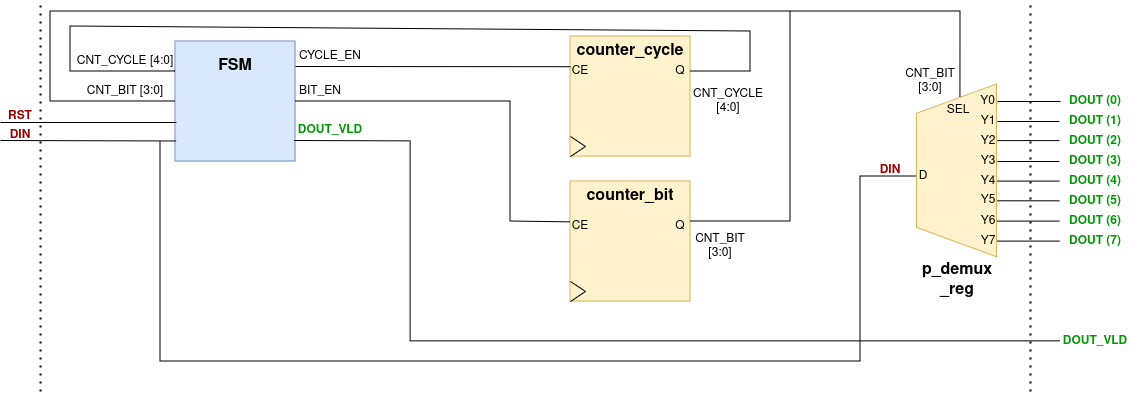
The draw.io diagram INC - Digital Systems Design/assets/uart.png in lasjdhu/university-projects, before a commit. Source tidied: cells renumbered, new cells last; positions are measured from the earlier drawing's top-left corner, leaving out a move shared by most shapes. Source of this version:
```xml
<mxGraphModel>
  <root>
    <mxCell id="0" />
    <mxCell id="1" parent="0" />
    <mxCell id="2" style="whiteSpace=wrap;html=1;fillColor=#dae8fc;strokeColor=#6c8ebf;" parent="1" vertex="1">
      <mxGeometry x="175" y="40" width="120" height="120" as="geometry" />
    </mxCell>
    <mxCell id="3" value="&lt;font style=&quot;font-size: 16px;&quot;&gt;&lt;b&gt;FSM&lt;/b&gt;&lt;/font&gt;" style="text;html=1;align=center;verticalAlign=middle;whiteSpace=wrap;rounded=0;" parent="1" vertex="1">
      <mxGeometry x="205" y="50" width="60" height="30" as="geometry" />
    </mxCell>
    <mxCell id="4" value="CYCLE_EN" style="text;html=1;align=center;verticalAlign=middle;whiteSpace=wrap;rounded=0;" parent="1" vertex="1">
      <mxGeometry x="295" y="45" width="70" height="20" as="geometry" />
    </mxCell>
    <mxCell id="5" value="BIT_EN" style="text;html=1;align=center;verticalAlign=middle;whiteSpace=wrap;rounded=0;" parent="1" vertex="1">
      <mxGeometry x="295" y="80" width="50" height="20" as="geometry" />
    </mxCell>
    <mxCell id="6" value="&lt;font color=&quot;#009900&quot;&gt;DOUT_VLD&lt;/font&gt;" style="text;html=1;align=center;verticalAlign=middle;whiteSpace=wrap;rounded=0;fontStyle=1;" parent="1" vertex="1">
      <mxGeometry x="295" y="119.2" width="70" height="20" as="geometry" />
    </mxCell>
    <mxCell id="7" style="endArrow=none;html=1;rounded=0;entryX=0.008;entryY=0.675;entryDx=0;entryDy=0;entryPerimeter=0;" parent="1" edge="1" target="2">
      <mxGeometry relative="1" as="geometry">
        <mxPoint y="121" as="sourcePoint" />
      </mxGeometry>
    </mxCell>
    <mxCell id="8" value="&lt;font color=&quot;#990000&quot;&gt;DIN&lt;/font&gt;" style="text;html=1;align=center;verticalAlign=middle;whiteSpace=wrap;rounded=0;fontStyle=1;" parent="1" vertex="1">
      <mxGeometry y="129.2" width="40" height="10" as="geometry" />
    </mxCell>
    <mxCell id="9" style="endArrow=none;html=1;rounded=0;entryX=0;entryY=0.5;entryDx=0;entryDy=0;" parent="1" edge="1" target="13">
      <mxGeometry relative="1" as="geometry">
        <mxPoint x="160" y="140" as="sourcePoint" />
        <Array as="points">
          <mxPoint x="160" y="360" />
          <mxPoint x="860" y="360" />
          <mxPoint x="860" y="175" />
        </Array>
      </mxGeometry>
    </mxCell>
    <mxCell id="10" style="shape=trapezoid;perimeter=trapezoidPerimeter;whiteSpace=wrap;html=1;fixedSize=1;rotation=-90;size=29.36999999999989;fillColor=#fff2cc;strokeColor=#d6b656;" parent="1" vertex="1">
      <mxGeometry x="870" y="129.2" width="172.8" height="80" as="geometry" />
    </mxCell>
    <mxCell id="11" value="&lt;div&gt;&lt;font size=&quot;1&quot;&gt;&lt;b style=&quot;font-size: 16px;&quot;&gt;p_demux&lt;/b&gt;&lt;/font&gt;&lt;/div&gt;&lt;div&gt;&lt;font size=&quot;1&quot;&gt;&lt;b style=&quot;font-size: 16px;&quot;&gt;_reg&lt;/b&gt;&lt;/font&gt;&lt;/div&gt;" style="text;html=1;align=center;verticalAlign=middle;whiteSpace=wrap;rounded=0;" parent="1" vertex="1">
      <mxGeometry x="917.6" y="264.4" width="77.5" height="30" as="geometry" />
    </mxCell>
    <mxCell id="12" value="Y0" style="text;html=1;align=center;verticalAlign=middle;whiteSpace=wrap;rounded=0;" parent="1" vertex="1">
      <mxGeometry x="977.9" y="95.3" width="19" height="9.4" as="geometry" />
    </mxCell>
    <mxCell id="13" value="D" style="text;html=1;align=center;verticalAlign=middle;whiteSpace=wrap;rounded=0;" parent="1" vertex="1">
      <mxGeometry x="918.2" y="160" width="10" height="30" as="geometry" />
    </mxCell>
    <mxCell id="14" value="SEL" style="text;html=1;align=center;verticalAlign=middle;whiteSpace=wrap;rounded=0;" parent="1" vertex="1">
      <mxGeometry x="942.9" y="94.4" width="30" height="30" as="geometry" />
    </mxCell>
    <mxCell id="15" value="Y1" style="text;html=1;align=center;verticalAlign=middle;whiteSpace=wrap;rounded=0;" parent="1" vertex="1">
      <mxGeometry x="977.9" y="115.6" width="20" height="9.4" as="geometry" />
    </mxCell>
    <mxCell id="16" value="Y2" style="text;html=1;align=center;verticalAlign=middle;whiteSpace=wrap;rounded=0;" parent="1" vertex="1">
      <mxGeometry x="977.9" y="135.3" width="20" height="9.4" as="geometry" />
    </mxCell>
    <mxCell id="17" value="Y3" style="text;html=1;align=center;verticalAlign=middle;whiteSpace=wrap;rounded=0;" parent="1" vertex="1">
      <mxGeometry x="977.9" y="155" width="20" height="9.4" as="geometry" />
    </mxCell>
    <mxCell id="18" value="Y4" style="text;html=1;align=center;verticalAlign=middle;whiteSpace=wrap;rounded=0;" parent="1" vertex="1">
      <mxGeometry x="977.9" y="175" width="20" height="9.4" as="geometry" />
    </mxCell>
    <mxCell id="19" value="Y5" style="text;html=1;align=center;verticalAlign=middle;whiteSpace=wrap;rounded=0;" parent="1" vertex="1">
      <mxGeometry x="977.9" y="194.7" width="20" height="9.4" as="geometry" />
    </mxCell>
    <mxCell id="20" value="Y6" style="text;html=1;align=center;verticalAlign=middle;whiteSpace=wrap;rounded=0;" parent="1" vertex="1">
      <mxGeometry x="977.9" y="215" width="20" height="9.4" as="geometry" />
    </mxCell>
    <mxCell id="21" value="Y7" style="text;html=1;align=center;verticalAlign=middle;whiteSpace=wrap;rounded=0;" parent="1" vertex="1">
      <mxGeometry x="977.9" y="235" width="20" height="9.4" as="geometry" />
    </mxCell>
    <mxCell id="22" value="CNT_CYCLE [4:0]" style="text;html=1;align=center;verticalAlign=middle;whiteSpace=wrap;rounded=0;" parent="1" vertex="1">
      <mxGeometry x="75" y="50" width="100" height="20" as="geometry" />
    </mxCell>
    <mxCell id="23" value="CNT_BIT [3:0]" style="text;html=1;align=center;verticalAlign=middle;whiteSpace=wrap;rounded=0;" parent="1" vertex="1">
      <mxGeometry x="75" y="80" width="100" height="20" as="geometry" />
    </mxCell>
    <mxCell id="24" value="&lt;font color=&quot;#990000&quot;&gt;DIN&lt;/font&gt;" style="text;html=1;align=center;verticalAlign=middle;whiteSpace=wrap;rounded=0;fontStyle=1;" parent="1" vertex="1">
      <mxGeometry x="870" y="164.4" width="40" height="10" as="geometry" />
    </mxCell>
    <mxCell id="25" style="group;" parent="1" vertex="1">
      <mxGeometry x="560" y="180" width="130" height="120" as="geometry" />
    </mxCell>
    <mxCell id="26" style="whiteSpace=wrap;html=1;fillColor=#fff2cc;strokeColor=#d6b656;" parent="25" vertex="1">
      <mxGeometry x="10" width="120" height="120" as="geometry" />
    </mxCell>
    <mxCell id="27" value="&lt;b&gt;&lt;font style=&quot;font-size: 16px;&quot;&gt;counter_bit&lt;/font&gt;&lt;/b&gt;" style="text;html=1;align=center;verticalAlign=middle;whiteSpace=wrap;rounded=0;" parent="25" vertex="1">
      <mxGeometry x="20" width="100" height="30" as="geometry" />
    </mxCell>
    <mxCell id="28" value="CE" style="text;html=1;align=center;verticalAlign=middle;whiteSpace=wrap;rounded=0;" parent="25" vertex="1">
      <mxGeometry x="10" y="30" width="20" height="30" as="geometry" />
    </mxCell>
    <mxCell id="29" value="Q" style="text;html=1;align=center;verticalAlign=middle;whiteSpace=wrap;rounded=0;" parent="25" vertex="1">
      <mxGeometry x="110" y="40" width="20" height="10" as="geometry" />
    </mxCell>
    <mxCell id="30" style="group;" parent="1" vertex="1">
      <mxGeometry x="560" y="35" width="130" height="120" as="geometry" />
    </mxCell>
    <mxCell id="31" style="whiteSpace=wrap;html=1;fillColor=#fff2cc;strokeColor=#d6b656;" parent="30" vertex="1">
      <mxGeometry x="10" width="120" height="120" as="geometry" />
    </mxCell>
    <mxCell id="32" value="&lt;b&gt;&lt;font style=&quot;font-size: 16px;&quot;&gt;counter_cycle&lt;/font&gt;&lt;/b&gt;" style="text;html=1;align=center;verticalAlign=middle;whiteSpace=wrap;rounded=0;" parent="30" vertex="1">
      <mxGeometry x="20" width="100" height="30" as="geometry" />
    </mxCell>
    <mxCell id="33" value="CE" style="text;html=1;align=center;verticalAlign=middle;whiteSpace=wrap;rounded=0;" parent="30" vertex="1">
      <mxGeometry x="10" y="20" width="20" height="30" as="geometry" />
    </mxCell>
    <mxCell id="34" value="Q" style="text;html=1;align=center;verticalAlign=middle;whiteSpace=wrap;rounded=0;" parent="30" vertex="1">
      <mxGeometry x="110" y="30" width="20" height="10" as="geometry" />
    </mxCell>
    <mxCell id="35" style="group;" parent="30" vertex="1">
      <mxGeometry x="10" y="100" width="15" height="20" as="geometry" />
    </mxCell>
    <mxCell id="36" style="endArrow=none;html=1;rounded=0;entryX=0;entryY=0.75;entryDx=0;entryDy=0;" parent="35" edge="1">
      <mxGeometry relative="1" as="geometry">
        <mxPoint x="15" y="10" as="sourcePoint" />
        <mxPoint as="targetPoint" />
      </mxGeometry>
    </mxCell>
    <mxCell id="37" style="endArrow=none;html=1;rounded=0;exitX=0;exitY=1;exitDx=0;exitDy=0;" parent="35" edge="1">
      <mxGeometry relative="1" as="geometry">
        <mxPoint y="20" as="sourcePoint" />
        <mxPoint x="15" y="10" as="targetPoint" />
      </mxGeometry>
    </mxCell>
    <mxCell id="38" style="endArrow=none;html=1;rounded=0;exitX=0;exitY=0.25;exitDx=0;exitDy=0;entryX=1;entryY=0.5;entryDx=0;entryDy=0;" parent="1" edge="1" source="2" target="34">
      <mxGeometry relative="1" as="geometry">
        <Array as="points">
          <mxPoint x="70" y="70" />
          <mxPoint x="70" y="25" />
          <mxPoint x="750" y="30" />
          <mxPoint x="750" y="70" />
        </Array>
      </mxGeometry>
    </mxCell>
    <mxCell id="39" style="endArrow=none;html=1;rounded=0;entryX=0.017;entryY=0.363;entryDx=0;entryDy=0;exitX=1;exitY=0.5;exitDx=0;exitDy=0;entryPerimeter=0;" parent="1" edge="1" source="2" target="28">
      <mxGeometry relative="1" as="geometry">
        <Array as="points">
          <mxPoint x="510" y="100" />
          <mxPoint x="510" y="220" />
        </Array>
      </mxGeometry>
    </mxCell>
    <mxCell id="40" style="endArrow=none;html=1;rounded=0;entryX=0;entryY=1;entryDx=0;entryDy=0;exitX=0;exitY=0.34;exitDx=0;exitDy=0;exitPerimeter=0;" parent="1" edge="1" source="33" target="4">
      <mxGeometry relative="1" as="geometry" />
    </mxCell>
    <mxCell id="41" value="&lt;div&gt;CNT_BIT&lt;/div&gt;&lt;div&gt;[3:0]&lt;/div&gt;" style="text;html=1;align=center;verticalAlign=middle;whiteSpace=wrap;rounded=0;" parent="1" vertex="1">
      <mxGeometry x="900" y="70" width="60" height="20" as="geometry" />
    </mxCell>
    <mxCell id="42" value="&lt;font style=&quot;font-size: 12px;&quot;&gt;CNT_BIT [3:0]&lt;/font&gt;" style="text;html=1;align=center;verticalAlign=middle;whiteSpace=wrap;rounded=0;" parent="1" vertex="1">
      <mxGeometry x="690" y="235" width="60" height="20" as="geometry" />
    </mxCell>
    <mxCell id="43" value="&lt;div style=&quot;font-size: 12px;&quot;&gt;&lt;font style=&quot;font-size: 12px;&quot;&gt;CNT_CYCLE&lt;/font&gt;&lt;/div&gt;&lt;div style=&quot;font-size: 12px;&quot;&gt;&lt;font style=&quot;font-size: 12px;&quot;&gt;[4:0]&lt;/font&gt;&lt;/div&gt;" style="text;html=1;align=center;verticalAlign=middle;whiteSpace=wrap;rounded=0;fontSize=10;" parent="1" vertex="1">
      <mxGeometry x="696" y="90" width="64" height="20" as="geometry" />
    </mxCell>
    <mxCell id="44" value="&lt;font color=&quot;#009900&quot;&gt;DOUT_VLD&lt;/font&gt;" style="text;html=1;align=center;verticalAlign=middle;whiteSpace=wrap;rounded=0;fontStyle=1;" parent="1" vertex="1">
      <mxGeometry x="1060" y="330" width="70" height="20" as="geometry" />
    </mxCell>
    <mxCell id="45" style="group;" parent="1" vertex="1">
      <mxGeometry x="570" y="280" width="15" height="20" as="geometry" />
    </mxCell>
    <mxCell id="46" style="endArrow=none;html=1;rounded=0;entryX=0;entryY=0.75;entryDx=0;entryDy=0;" parent="45" edge="1">
      <mxGeometry relative="1" as="geometry">
        <mxPoint x="15" y="10" as="sourcePoint" />
        <mxPoint as="targetPoint" />
      </mxGeometry>
    </mxCell>
    <mxCell id="47" style="endArrow=none;html=1;rounded=0;exitX=0;exitY=1;exitDx=0;exitDy=0;" parent="45" edge="1">
      <mxGeometry relative="1" as="geometry">
        <mxPoint y="20" as="sourcePoint" />
        <mxPoint x="15" y="10" as="targetPoint" />
      </mxGeometry>
    </mxCell>
    <mxCell id="48" style="endArrow=none;html=1;rounded=0;entryX=0.005;entryY=0.829;entryDx=0;entryDy=0;entryPerimeter=0;" parent="1" edge="1" target="2">
      <mxGeometry relative="1" as="geometry">
        <mxPoint y="139" as="sourcePoint" />
      </mxGeometry>
    </mxCell>
    <mxCell id="49" value="&lt;font color=&quot;#990000&quot;&gt;RST&lt;/font&gt;" style="text;html=1;align=center;verticalAlign=middle;whiteSpace=wrap;rounded=0;fontStyle=1;" parent="1" vertex="1">
      <mxGeometry y="110" width="40" height="10" as="geometry" />
    </mxCell>
    <mxCell id="50" style="endArrow=none;html=1;rounded=0;exitX=0.995;exitY=0.83;exitDx=0;exitDy=0;exitPerimeter=0;entryX=0;entryY=0.5;entryDx=0;entryDy=0;" parent="1" edge="1" source="2" target="44">
      <mxGeometry relative="1" as="geometry">
        <Array as="points">
          <mxPoint x="410" y="140" />
          <mxPoint x="410" y="340" />
        </Array>
      </mxGeometry>
    </mxCell>
    <mxCell id="51" style="endArrow=none;dashed=1;html=1;dashPattern=1 3;strokeWidth=2;rounded=0;" parent="1" edge="1">
      <mxGeometry relative="1" as="geometry">
        <mxPoint x="1030" y="390" as="sourcePoint" />
        <mxPoint x="1030" as="targetPoint" />
      </mxGeometry>
    </mxCell>
    <mxCell id="52" style="endArrow=none;dashed=1;html=1;dashPattern=1 3;strokeWidth=2;rounded=0;" parent="1" edge="1">
      <mxGeometry relative="1" as="geometry">
        <mxPoint x="40" y="390" as="sourcePoint" />
        <mxPoint x="40" as="targetPoint" />
      </mxGeometry>
    </mxCell>
    <mxCell id="53" style="endArrow=none;html=1;rounded=0;entryX=0;entryY=0.5;entryDx=0;entryDy=0;exitX=1;exitY=0;exitDx=0;exitDy=0;" parent="1" edge="1" source="29" target="2">
      <mxGeometry relative="1" as="geometry">
        <Array as="points">
          <mxPoint x="790" y="220" />
          <mxPoint x="790" y="10" />
          <mxPoint x="50" y="10" />
          <mxPoint x="50" y="100" />
        </Array>
      </mxGeometry>
    </mxCell>
    <mxCell id="54" style="endArrow=none;html=1;rounded=0;exitX=0.569;exitY=0.058;exitDx=0;exitDy=0;exitPerimeter=0;" parent="1" edge="1" source="14">
      <mxGeometry relative="1" as="geometry">
        <mxPoint x="790" y="10" as="targetPoint" />
        <Array as="points">
          <mxPoint x="960" y="10" />
          <mxPoint x="830" y="10" />
          <mxPoint x="800" y="10" />
        </Array>
      </mxGeometry>
    </mxCell>
    <mxCell id="55" style="endArrow=none;html=1;rounded=0;entryX=1;entryY=0.5;entryDx=0;entryDy=0;" parent="1" edge="1" target="12">
      <mxGeometry relative="1" as="geometry">
        <mxPoint x="1060" y="100" as="sourcePoint" />
      </mxGeometry>
    </mxCell>
    <mxCell id="56" style="endArrow=none;html=1;rounded=0;entryX=1;entryY=0.5;entryDx=0;entryDy=0;" parent="1" edge="1">
      <mxGeometry relative="1" as="geometry">
        <mxPoint x="1058.9" y="120" as="sourcePoint" />
        <mxPoint x="996.9" y="120" as="targetPoint" />
      </mxGeometry>
    </mxCell>
    <mxCell id="57" style="endArrow=none;html=1;rounded=0;entryX=1;entryY=0.5;entryDx=0;entryDy=0;" parent="1" edge="1">
      <mxGeometry relative="1" as="geometry">
        <mxPoint x="1058.9" y="139.1" as="sourcePoint" />
        <mxPoint x="996.9" y="139.1" as="targetPoint" />
      </mxGeometry>
    </mxCell>
    <mxCell id="58" style="endArrow=none;html=1;rounded=0;entryX=1;entryY=0.5;entryDx=0;entryDy=0;" parent="1" edge="1">
      <mxGeometry relative="1" as="geometry">
        <mxPoint x="1058.9" y="160" as="sourcePoint" />
        <mxPoint x="996.9" y="160" as="targetPoint" />
      </mxGeometry>
    </mxCell>
    <mxCell id="59" style="endArrow=none;html=1;rounded=0;entryX=1;entryY=0.5;entryDx=0;entryDy=0;" parent="1" edge="1">
      <mxGeometry relative="1" as="geometry">
        <mxPoint x="1058.9" y="179.6" as="sourcePoint" />
        <mxPoint x="996.9" y="179.6" as="targetPoint" />
      </mxGeometry>
    </mxCell>
    <mxCell id="60" style="endArrow=none;html=1;rounded=0;entryX=1;entryY=0.5;entryDx=0;entryDy=0;" parent="1" edge="1">
      <mxGeometry relative="1" as="geometry">
        <mxPoint x="1058.9" y="199.3" as="sourcePoint" />
        <mxPoint x="996.9" y="199.3" as="targetPoint" />
      </mxGeometry>
    </mxCell>
    <mxCell id="61" style="endArrow=none;html=1;rounded=0;entryX=1;entryY=0.5;entryDx=0;entryDy=0;" parent="1" edge="1">
      <mxGeometry relative="1" as="geometry">
        <mxPoint x="1058.9" y="219.6" as="sourcePoint" />
        <mxPoint x="996.9" y="219.6" as="targetPoint" />
      </mxGeometry>
    </mxCell>
    <mxCell id="62" style="endArrow=none;html=1;rounded=0;entryX=1;entryY=0.5;entryDx=0;entryDy=0;" parent="1" edge="1">
      <mxGeometry relative="1" as="geometry">
        <mxPoint x="1058.9" y="239.6" as="sourcePoint" />
        <mxPoint x="996.9" y="239.6" as="targetPoint" />
      </mxGeometry>
    </mxCell>
    <mxCell id="63" value="&lt;font color=&quot;#009900&quot;&gt;DOUT (0)&lt;br&gt;&lt;/font&gt;" style="text;html=1;align=center;verticalAlign=middle;whiteSpace=wrap;rounded=0;fontStyle=1;" parent="1" vertex="1">
      <mxGeometry x="1060" y="90" width="70" height="20" as="geometry" />
    </mxCell>
    <mxCell id="64" value="&lt;font color=&quot;#009900&quot;&gt;DOUT (1)&lt;br&gt;&lt;/font&gt;" style="text;html=1;align=center;verticalAlign=middle;whiteSpace=wrap;rounded=0;fontStyle=1;" parent="1" vertex="1">
      <mxGeometry x="1060" y="110.3" width="70" height="20" as="geometry" />
    </mxCell>
    <mxCell id="65" value="&lt;font color=&quot;#009900&quot;&gt;DOUT (2)&lt;br&gt;&lt;/font&gt;" style="text;html=1;align=center;verticalAlign=middle;whiteSpace=wrap;rounded=0;fontStyle=1;" parent="1" vertex="1">
      <mxGeometry x="1060" y="130.3" width="70" height="20" as="geometry" />
    </mxCell>
    <mxCell id="66" value="&lt;font color=&quot;#009900&quot;&gt;DOUT (3)&lt;br&gt;&lt;/font&gt;" style="text;html=1;align=center;verticalAlign=middle;whiteSpace=wrap;rounded=0;fontStyle=1;" parent="1" vertex="1">
      <mxGeometry x="1060" y="150.3" width="70" height="20" as="geometry" />
    </mxCell>
    <mxCell id="67" value="&lt;font color=&quot;#009900&quot;&gt;DOUT (4)&lt;br&gt;&lt;/font&gt;" style="text;html=1;align=center;verticalAlign=middle;whiteSpace=wrap;rounded=0;fontStyle=1;" parent="1" vertex="1">
      <mxGeometry x="1060" y="170.3" width="70" height="20" as="geometry" />
    </mxCell>
    <mxCell id="68" value="&lt;font color=&quot;#009900&quot;&gt;DOUT (5)&lt;br&gt;&lt;/font&gt;" style="text;html=1;align=center;verticalAlign=middle;whiteSpace=wrap;rounded=0;fontStyle=1;" parent="1" vertex="1">
      <mxGeometry x="1060" y="190.3" width="70" height="20" as="geometry" />
    </mxCell>
    <mxCell id="69" value="&lt;font color=&quot;#009900&quot;&gt;DOUT (6)&lt;br&gt;&lt;/font&gt;" style="text;html=1;align=center;verticalAlign=middle;whiteSpace=wrap;rounded=0;fontStyle=1;" parent="1" vertex="1">
      <mxGeometry x="1060" y="210.3" width="70" height="20" as="geometry" />
    </mxCell>
    <mxCell id="70" value="&lt;font color=&quot;#009900&quot;&gt;DOUT (7)&lt;br&gt;&lt;/font&gt;" style="text;html=1;align=center;verticalAlign=middle;whiteSpace=wrap;rounded=0;fontStyle=1;" parent="1" vertex="1">
      <mxGeometry x="1060" y="229.7" width="70" height="20" as="geometry" />
    </mxCell>
  </root>
</mxGraphModel>
```
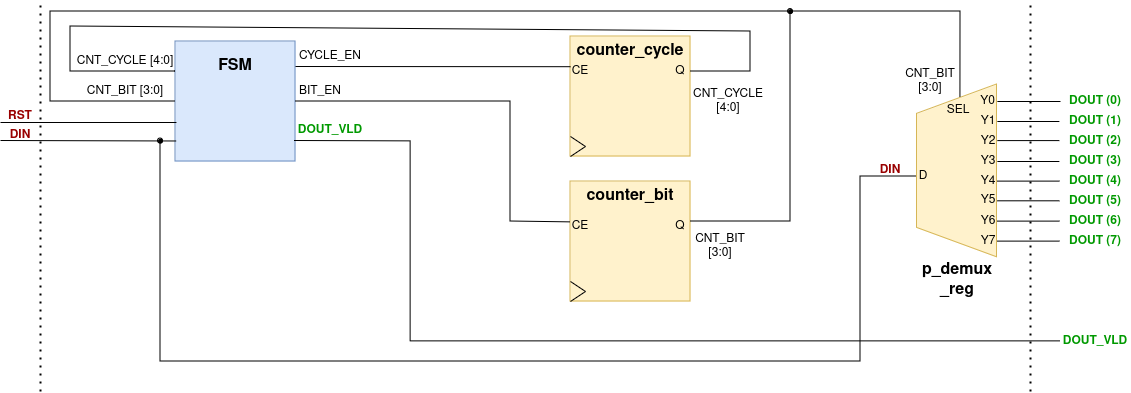
After the change.

Commit message:
docs: INC project add dots to scheme

Diff of the diagram source:
```diff
@@ -292,5 +292,11 @@
     <mxCell id="70" value="&lt;font color=&quot;#009900&quot;&gt;DOUT (7)&lt;br&gt;&lt;/font&gt;" style="text;html=1;align=center;verticalAlign=middle;whiteSpace=wrap;rounded=0;fontStyle=1;" parent="1" vertex="1">
       <mxGeometry x="1060" y="229.7" width="70" height="20" as="geometry" />
     </mxCell>
+    <mxCell id="71" style="shape=ellipse;html=1;sketch=0;fillColor=#000000;" parent="1" vertex="1">
+      <mxGeometry x="157.5" y="137" width="5" height="5" as="geometry" />
+    </mxCell>
+    <mxCell id="72" style="shape=ellipse;html=1;sketch=0;fillColor=#000000;" parent="1" vertex="1">
+      <mxGeometry x="787.5" y="7.5" width="5" height="5" as="geometry" />
+    </mxCell>
   </root>
 </mxGraphModel>
```
